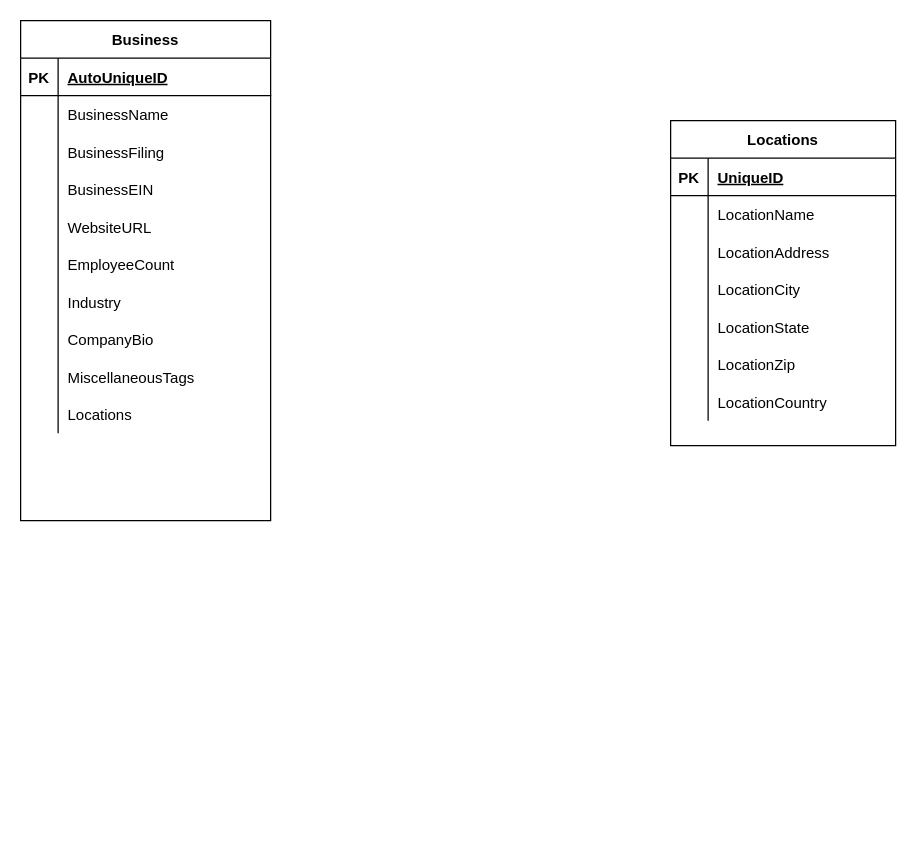
The draw.io diagram databasedesign/Database ER Design.drawio in grantposell/b2bproject, before the edit. Source tidied: cells renumbered, new cells numbered last; positions are measured from the earlier drawing's top-left corner, leaving out a move shared by most shapes. Both pictures are drawn from the tidied source at 125%, with x=0, y=0 at pixel (20, 20).
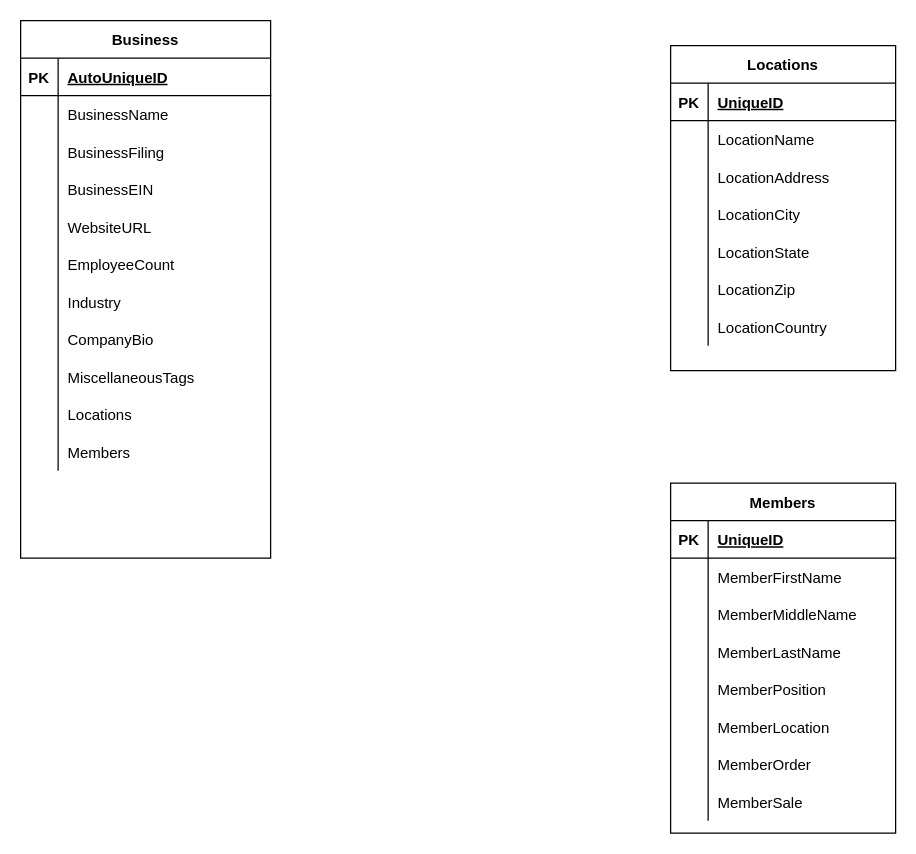
The same page after the edit.

Change to the diagram source:
```diff
@@
     <mxCell id="2" value="Business" style="shape=table;startSize=30;childLayout=tableLayout;rowLines=0;fontStyle=1;align=center;" parent="1" vertex="1">
-      <mxGeometry width="200" height="400" as="geometry" />
+      <mxGeometry width="200" height="430" as="geometry" />
     </mxCell>
@@
+    <mxCell id="55" style="shape=partialRectangle;fillColor=none;top=0;left=0;bottom=0;right=0;" parent="2" vertex="1">
+      <mxGeometry y="330" width="200" height="30" as="geometry" />
+    </mxCell>
+    <mxCell id="56" style="shape=partialRectangle;fillColor=none;top=0;left=0;bottom=0;right=0;overflow=hidden;" parent="55" vertex="1">
+      <mxGeometry width="30" height="30" as="geometry" />
+    </mxCell>
+    <mxCell id="57" value="Members" style="shape=partialRectangle;fillColor=none;top=0;left=0;bottom=0;right=0;align=left;spacingLeft=6;overflow=hidden;" parent="55" vertex="1">
+      <mxGeometry x="30" width="170" height="30" as="geometry" />
+    </mxCell>
     <mxCell id="33" value="Locations" style="shape=table;startSize=30;childLayout=tableLayout;rowLines=0;fontStyle=1;align=center;" parent="1" vertex="1">
-      <mxGeometry x="520" y="80" width="180" height="260" as="geometry" />
+      <mxGeometry x="520" y="20" width="180" height="260" as="geometry" />
     </mxCell>
@@
+    <mxCell id="58" value="Members" style="shape=table;startSize=30;childLayout=tableLayout;rowLines=0;fontStyle=1;align=center;" parent="1" vertex="1">
+      <mxGeometry x="520" y="370" width="180" height="280" as="geometry" />
+    </mxCell>
+    <mxCell id="59" style="shape=partialRectangle;fillColor=none;top=0;left=0;bottom=1;right=0;" parent="58" vertex="1">
+      <mxGeometry y="30" width="180" height="30" as="geometry" />
+    </mxCell>
+    <mxCell id="60" value="PK" style="shape=partialRectangle;fillColor=none;top=0;left=0;bottom=0;right=0;fontStyle=1;overflow=hidden;" parent="59" vertex="1">
+      <mxGeometry width="30" height="30" as="geometry" />
+    </mxCell>
+    <mxCell id="61" value="UniqueID" style="shape=partialRectangle;fillColor=none;top=0;left=0;bottom=0;right=0;align=left;spacingLeft=6;fontStyle=5;overflow=hidden;" parent="59" vertex="1">
+      <mxGeometry x="30" width="150" height="30" as="geometry" />
+    </mxCell>
+    <mxCell id="62" style="shape=partialRectangle;fillColor=none;top=0;left=0;bottom=0;right=0;" parent="58" vertex="1">
+      <mxGeometry y="60" width="180" height="30" as="geometry" />
+    </mxCell>
+    <mxCell id="63" style="shape=partialRectangle;fillColor=none;top=0;left=0;bottom=0;right=0;overflow=hidden;" parent="62" vertex="1">
+      <mxGeometry width="30" height="30" as="geometry" />
+    </mxCell>
+    <mxCell id="64" value="MemberFirstName" style="shape=partialRectangle;fillColor=none;top=0;left=0;bottom=0;right=0;align=left;spacingLeft=6;overflow=hidden;" parent="62" vertex="1">
+      <mxGeometry x="30" width="150" height="30" as="geometry" />
+    </mxCell>
+    <mxCell id="65" style="shape=partialRectangle;fillColor=none;top=0;left=0;bottom=0;right=0;" parent="58" vertex="1">
+      <mxGeometry y="90" width="180" height="30" as="geometry" />
+    </mxCell>
+    <mxCell id="66" style="shape=partialRectangle;fillColor=none;top=0;left=0;bottom=0;right=0;overflow=hidden;" parent="65" vertex="1">
+      <mxGeometry width="30" height="30" as="geometry" />
+    </mxCell>
+    <mxCell id="67" value="MemberMiddleName" style="shape=partialRectangle;fillColor=none;top=0;left=0;bottom=0;right=0;align=left;spacingLeft=6;overflow=hidden;" parent="65" vertex="1">
+      <mxGeometry x="30" width="150" height="30" as="geometry" />
+    </mxCell>
+    <mxCell id="68" style="shape=partialRectangle;fillColor=none;top=0;left=0;bottom=0;right=0;" parent="58" vertex="1">
+      <mxGeometry y="120" width="180" height="30" as="geometry" />
+    </mxCell>
+    <mxCell id="69" style="shape=partialRectangle;fillColor=none;top=0;left=0;bottom=0;right=0;overflow=hidden;" parent="68" vertex="1">
+      <mxGeometry width="30" height="30" as="geometry" />
+    </mxCell>
+    <mxCell id="70" value="MemberLastName" style="shape=partialRectangle;fillColor=none;top=0;left=0;bottom=0;right=0;align=left;spacingLeft=6;overflow=hidden;" parent="68" vertex="1">
+      <mxGeometry x="30" width="150" height="30" as="geometry" />
+    </mxCell>
+    <mxCell id="71" style="shape=partialRectangle;fillColor=none;top=0;left=0;bottom=0;right=0;" parent="58" vertex="1">
+      <mxGeometry y="150" width="180" height="30" as="geometry" />
+    </mxCell>
+    <mxCell id="72" style="shape=partialRectangle;fillColor=none;top=0;left=0;bottom=0;right=0;overflow=hidden;" parent="71" vertex="1">
+      <mxGeometry width="30" height="30" as="geometry" />
+    </mxCell>
+    <mxCell id="73" value="MemberPosition" style="shape=partialRectangle;fillColor=none;top=0;left=0;bottom=0;right=0;align=left;spacingLeft=6;overflow=hidden;" parent="71" vertex="1">
+      <mxGeometry x="30" width="150" height="30" as="geometry" />
+    </mxCell>
+    <mxCell id="74" style="shape=partialRectangle;fillColor=none;top=0;left=0;bottom=0;right=0;" parent="58" vertex="1">
+      <mxGeometry y="180" width="180" height="30" as="geometry" />
+    </mxCell>
+    <mxCell id="75" style="shape=partialRectangle;fillColor=none;top=0;left=0;bottom=0;right=0;overflow=hidden;" parent="74" vertex="1">
+      <mxGeometry width="30" height="30" as="geometry" />
+    </mxCell>
+    <mxCell id="76" value="MemberLocation" style="shape=partialRectangle;fillColor=none;top=0;left=0;bottom=0;right=0;align=left;spacingLeft=6;overflow=hidden;" parent="74" vertex="1">
+      <mxGeometry x="30" width="150" height="30" as="geometry" />
+    </mxCell>
+    <mxCell id="77" style="shape=partialRectangle;fillColor=none;top=0;left=0;bottom=0;right=0;" parent="58" vertex="1">
+      <mxGeometry y="210" width="180" height="30" as="geometry" />
+    </mxCell>
+    <mxCell id="78" style="shape=partialRectangle;fillColor=none;top=0;left=0;bottom=0;right=0;overflow=hidden;" parent="77" vertex="1">
+      <mxGeometry width="30" height="30" as="geometry" />
+    </mxCell>
+    <mxCell id="79" value="MemberOrder" style="shape=partialRectangle;fillColor=none;top=0;left=0;bottom=0;right=0;align=left;spacingLeft=6;overflow=hidden;" parent="77" vertex="1">
+      <mxGeometry x="30" width="150" height="30" as="geometry" />
+    </mxCell>
+    <mxCell id="80" style="shape=partialRectangle;fillColor=none;top=0;left=0;bottom=0;right=0;" parent="58" vertex="1">
+      <mxGeometry y="240" width="180" height="30" as="geometry" />
+    </mxCell>
+    <mxCell id="81" style="shape=partialRectangle;fillColor=none;top=0;left=0;bottom=0;right=0;overflow=hidden;" parent="80" vertex="1">
+      <mxGeometry width="30" height="30" as="geometry" />
+    </mxCell>
+    <mxCell id="82" value="MemberSale" style="shape=partialRectangle;fillColor=none;top=0;left=0;bottom=0;right=0;align=left;spacingLeft=6;overflow=hidden;" parent="80" vertex="1">
+      <mxGeometry x="30" width="150" height="30" as="geometry" />
+    </mxCell>
```
